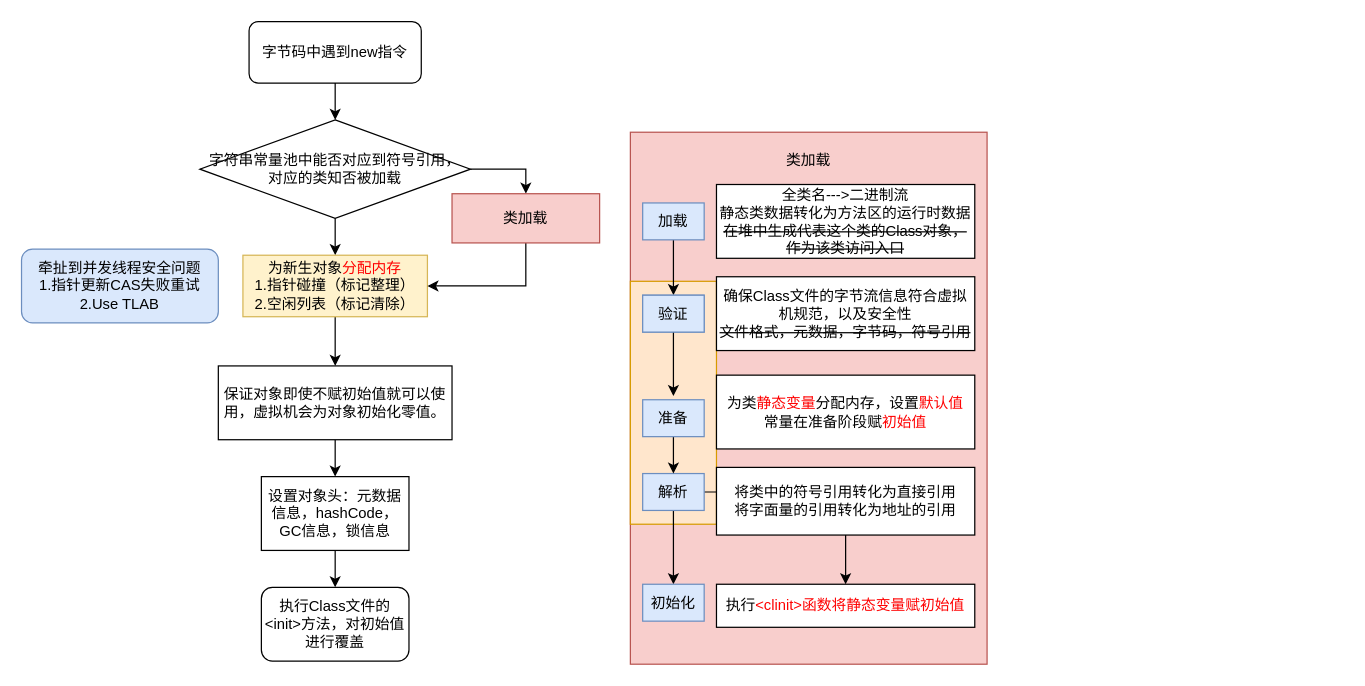
Before: liuchengtu/new_对象.drawio in lunfee/diagrams.io, a draw.io diagram. Source tidied: cells renumbered, new cells numbered last; positions are measured from the earlier drawing's top-left corner, leaving out a move shared by most shapes. Both pictures are drawn from the tidied source at 123%, with x=0, y=0 at pixel (21, 21).
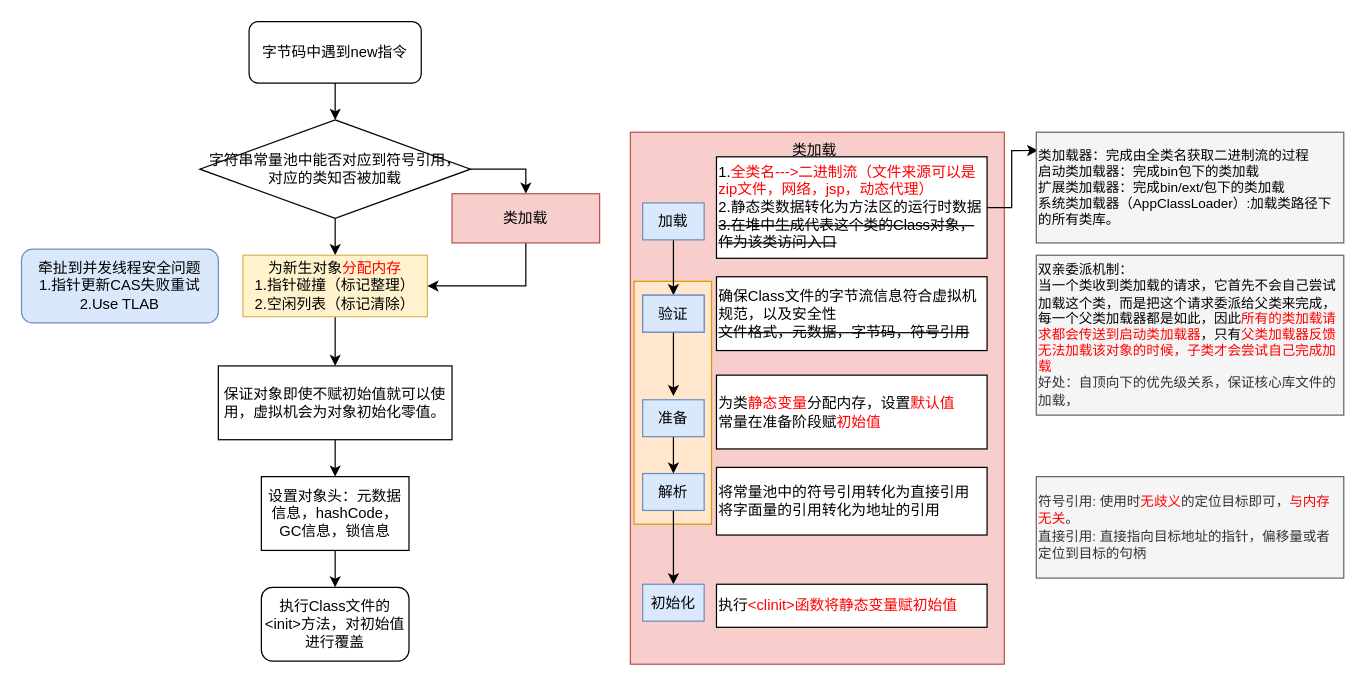
The same diagram, later.

The change refers to these unchanged cells:
```xml
<mxCell id="30" value="解析" style="rounded=0;whiteSpace=wrap;html=1;fontSize=12;fillColor=#dae8fc;strokeColor=#6c8ebf;" parent="1" vertex="1">
  <mxGeometry x="505" y="367.5" width="50" height="30" as="geometry" />
</mxCell>
```

The edit, as a diff of the source:
```diff
@@
     <mxCell id="2" style="rounded=0;whiteSpace=wrap;html=1;fontSize=12;fillColor=#f8cecc;strokeColor=#b85450;" parent="1" vertex="1">
-      <mxGeometry x="495" y="90" width="290" height="432.5" as="geometry" />
+      <mxGeometry x="495" y="90" width="304" height="432.5" as="geometry" />
     </mxCell>
     <mxCell id="3" style="rounded=0;whiteSpace=wrap;html=1;fontSize=12;fillColor=#ffe6cc;strokeColor=#d79b00;" parent="1" vertex="1">
-      <mxGeometry x="495" y="211.2" width="70" height="197.5" as="geometry" />
+      <mxGeometry x="498" y="211.2" width="63" height="197.5" as="geometry" />
     </mxCell>
@@
     <mxCell id="16" value="类加载" style="text;html=1;strokeColor=none;fillColor=none;align=center;verticalAlign=middle;whiteSpace=wrap;rounded=0;fontSize=12;fontColor=#000000;" parent="1" vertex="1">
-      <mxGeometry x="610" y="97.5" width="60" height="30" as="geometry" />
+      <mxGeometry x="615" y="90" width="60" height="30" as="geometry" />
     </mxCell>
@@
+    <mxCell id="36" style="edgeStyle=orthogonalEdgeStyle;rounded=0;jettySize=auto;html=1;exitX=1;exitY=0.5;exitDx=0;exitDy=0;entryX=0.006;entryY=0.165;entryDx=0;entryDy=0;entryPerimeter=0;fontSize=11;fontColor=#000000;" parent="1" edge="1" source="22" target="38">
+      <mxGeometry relative="1" as="geometry" />
+    </mxCell>
-    <mxCell id="22" value="全类名---&amp;gt;二进制流&lt;br&gt;静态类数据转化为方法区的运行时数据&lt;br&gt;&lt;strike&gt;在堆中生成代表这个类的Class对象，作为该类访问入口&lt;/strike&gt;" style="rounded=0;whiteSpace=wrap;html=1;fontSize=12;fontColor=#000000;" parent="1" vertex="1">
-      <mxGeometry x="565" y="132.5" width="210" height="60" as="geometry" />
+    <mxCell id="22" value="1.&lt;font color=&quot;#ff0000&quot;&gt;全类名---&amp;gt;二进制流（文件来源可以是zip文件，网络，jsp，动态代理）&lt;/font&gt;&lt;br&gt;2.静态类数据转化为方法区的运行时数据&lt;br&gt;&lt;strike&gt;3.在堆中生成代表这个类的Class对象，作为该类访问入口&lt;/strike&gt;" style="rounded=0;whiteSpace=wrap;html=1;fontSize=12;fontColor=#000000;align=left;" parent="1" vertex="1">
+      <mxGeometry x="565" y="110" width="220" height="82.5" as="geometry" />
     </mxCell>
@@
-    <mxCell id="24" value="确保Class文件的字节流信息符合虚拟机规范，以及安全性&lt;br&gt;&lt;strike&gt;文件格式，元数据，字节码，符号引用&lt;/strike&gt;" style="rounded=0;whiteSpace=wrap;html=1;fontSize=12;fontColor=#000000;" parent="1" vertex="1">
-      <mxGeometry x="565" y="207.5" width="210" height="60" as="geometry" />
+    <mxCell id="24" value="确保Class文件的字节流信息符合虚拟机规范，以及安全性&lt;br&gt;&lt;strike&gt;文件格式，元数据，字节码，符号引用&lt;/strike&gt;" style="rounded=0;whiteSpace=wrap;html=1;fontSize=12;fontColor=#000000;align=left;" parent="1" vertex="1">
+      <mxGeometry x="565" y="207.5" width="220" height="60" as="geometry" />
     </mxCell>
@@
-    <mxCell id="27" value="为类&lt;font color=&quot;#ff0000&quot;&gt;静态变量&lt;/font&gt;分配内存，设置&lt;font color=&quot;#ff0000&quot;&gt;默认值&lt;br&gt;&lt;/font&gt;常量在准备阶段赋&lt;font color=&quot;#ff0000&quot;&gt;初始值&lt;/font&gt;" style="rounded=0;whiteSpace=wrap;html=1;fontSize=12;fontColor=#000000;" parent="1" vertex="1">
-      <mxGeometry x="565" y="287.5" width="210" height="60" as="geometry" />
+    <mxCell id="27" value="为类&lt;font color=&quot;#ff0000&quot;&gt;静态变量&lt;/font&gt;分配内存，设置&lt;font color=&quot;#ff0000&quot;&gt;默认值&lt;br&gt;&lt;/font&gt;常量在准备阶段赋&lt;font color=&quot;#ff0000&quot;&gt;初始值&lt;/font&gt;" style="rounded=0;whiteSpace=wrap;html=1;fontSize=12;fontColor=#000000;align=left;" parent="1" vertex="1">
+      <mxGeometry x="565" y="287.5" width="220" height="60" as="geometry" />
     </mxCell>
-    <mxCell id="28" style="edgeStyle=orthogonalEdgeStyle;rounded=0;jettySize=auto;html=1;fontSize=12;fontColor=#FF0000;" parent="1" edge="1" source="30" target="35">
-      <mxGeometry relative="1" as="geometry" />
-    </mxCell>
@@
-    <mxCell id="34" value="将类中的符号引用转化为直接引用&lt;br&gt;将字面量的引用转化为地址的引用" style="rounded=0;whiteSpace=wrap;html=1;fontSize=12;fontColor=#000000;" parent="1" vertex="1">
-      <mxGeometry x="565" y="362.5" width="210" height="55" as="geometry" />
+    <mxCell id="34" value="将常量池中的符号引用转化为直接引用&lt;br&gt;将字面量的引用转化为地址的引用" style="rounded=0;whiteSpace=wrap;html=1;fontSize=12;fontColor=#000000;align=left;" parent="1" vertex="1">
+      <mxGeometry x="565" y="362.5" width="220" height="55" as="geometry" />
     </mxCell>
-    <mxCell id="35" value="执行&lt;font color=&quot;#ff0000&quot;&gt;&amp;lt;clinit&amp;gt;函数将静态变量赋初始值&lt;/font&gt;" style="rounded=0;whiteSpace=wrap;html=1;fontSize=12;fontColor=#000000;" parent="1" vertex="1">
-      <mxGeometry x="565" y="457.5" width="210" height="35" as="geometry" />
+    <mxCell id="35" value="执行&lt;font color=&quot;#ff0000&quot;&gt;&amp;lt;clinit&amp;gt;函数将静态变量赋初始值&lt;/font&gt;" style="rounded=0;whiteSpace=wrap;html=1;fontSize=12;fontColor=#000000;align=left;" parent="1" vertex="1">
+      <mxGeometry x="565" y="457.5" width="220" height="35" as="geometry" />
     </mxCell>
+    <mxCell id="37" value="&lt;font style=&quot;font-size: 11px&quot;&gt;符号引用: 使用时&lt;font color=&quot;#ff0000&quot;&gt;无歧义&lt;/font&gt;的定位目标即可，&lt;font color=&quot;#ff0000&quot;&gt;与内存无关&lt;/font&gt;。&lt;br style=&quot;font-size: 11px&quot;&gt;直接引用: 直接指向目标地址的指针，偏移量或者定位到目标的句柄&lt;/font&gt;" style="rounded=0;whiteSpace=wrap;html=1;fontSize=12;fontColor=#333333;fillColor=#f5f5f5;strokeColor=#666666;align=left;" parent="1" vertex="1">
+      <mxGeometry x="825" y="370" width="250" height="82.5" as="geometry" />
+    </mxCell>
+    <mxCell id="38" value="&lt;font color=&quot;#000000&quot; style=&quot;font-size: 11px&quot;&gt;类加载器：完成由全类名获取二进制流的过程&lt;br&gt;启动类加载器：完成bin包下的类加载&lt;br&gt;扩展类加载器：完成bin/ext/包下的类加载&lt;br&gt;系统类加载器（AppClassLoader）:加载类路径下的所有类库。&lt;br&gt;&lt;/font&gt;" style="rounded=0;whiteSpace=wrap;html=1;fontSize=11;fontColor=#333333;align=left;fillColor=#f5f5f5;strokeColor=#666666;" parent="1" vertex="1">
+      <mxGeometry x="825" y="90" width="250" height="90" as="geometry" />
+    </mxCell>
+    <mxCell id="39" value="&lt;font color=&quot;#000000&quot; style=&quot;font-size: 11px&quot;&gt;双亲委派机制：&lt;br&gt;当一个类收到类加载的请求，它首先不会自己尝试加载这个类，而是把这个请求委派给父类来完成，每一个父类加载器都是如此，因此&lt;/font&gt;&lt;font style=&quot;font-size: 11px&quot; color=&quot;#ff0000&quot;&gt;所有的类加载请求都会传送到启动类加载器&lt;/font&gt;&lt;font color=&quot;#000000&quot; style=&quot;font-size: 11px&quot;&gt;，只有&lt;/font&gt;&lt;font style=&quot;font-size: 11px&quot;&gt;&lt;font color=&quot;#ff0000&quot;&gt;父类加载器反馈无法加载该对象的时候，子类才会尝试自己完成加载&lt;br&gt;&lt;/font&gt;好处：自顶向下的优先级关系，保证核心库文件的加载，&lt;br&gt;&lt;/font&gt;" style="rounded=0;whiteSpace=wrap;html=1;fontSize=11;fontColor=#333333;align=left;fillColor=#f5f5f5;strokeColor=#666666;" parent="1" vertex="1">
+      <mxGeometry x="825" y="190" width="250" height="130" as="geometry" />
+    </mxCell>
```
